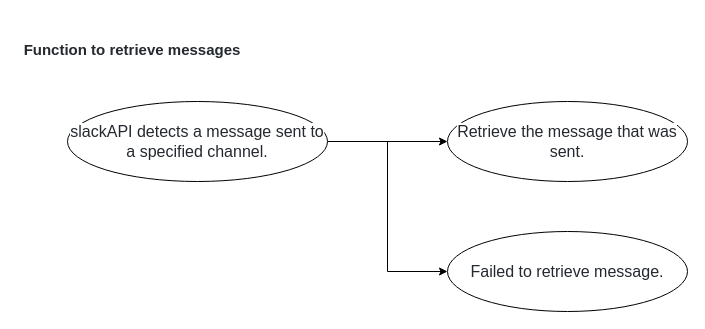
Before: Untitled Diagram.drawio in satokibi44/Tweet_Analyzing, a draw.io diagram. Source tidied: cells renumbered, new cells numbered last; positions are measured from the earlier drawing's top-left corner, leaving out a move shared by most shapes. Both pictures are drawn from the tidied source at 100%, with x=0, y=0 at pixel (17, 31).
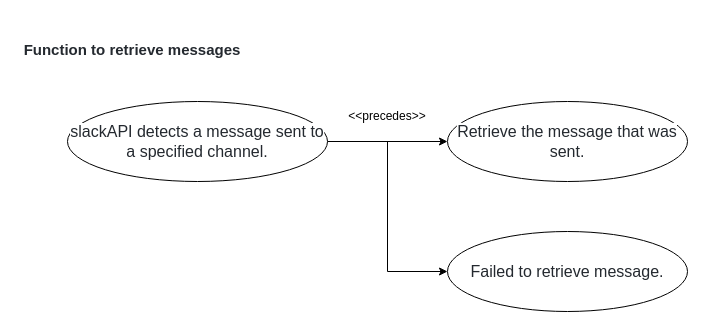
The same diagram, later.

Commit message:
Failed to retrieve message.4

The edit, as a diff of the source:
```diff
@@
 <mxGraphModel>
   <root>
     <mxCell id="0" />
     <mxCell id="1" parent="0" />
     <mxCell id="2" value="&lt;h3 dir=&quot;auto&quot; style=&quot;box-sizing: border-box ; margin-top: 24px ; margin-bottom: 16px ; font-size: 1.25em ; line-height: 1.25 ; color: rgb(36 , 41 , 47) ; font-family: , &amp;#34;blinkmacsystemfont&amp;#34; , &amp;#34;segoe ui&amp;#34; , &amp;#34;helvetica&amp;#34; , &amp;#34;arial&amp;#34; , sans-serif , &amp;#34;apple color emoji&amp;#34; , &amp;#34;segoe ui emoji&amp;#34; ; background-color: rgb(255 , 255 , 255)&quot;&gt;Function to retrieve messages&lt;/h3&gt;" style="text;html=1;strokeColor=none;fillColor=none;align=center;verticalAlign=middle;whiteSpace=wrap;rounded=0;" parent="1" vertex="1">
       <mxGeometry width="230" height="30" as="geometry" />
     </mxCell>
     <mxCell id="3" style="edgeStyle=orthogonalEdgeStyle;rounded=0;jettySize=auto;html=1;entryX=0;entryY=0.5;entryDx=0;entryDy=0;" parent="1" edge="1" source="5" target="7">
       <mxGeometry relative="1" as="geometry" />
     </mxCell>
     <mxCell id="4" style="edgeStyle=orthogonalEdgeStyle;rounded=0;jettySize=auto;html=1;exitX=1;exitY=0.5;exitDx=0;exitDy=0;entryX=0;entryY=0.5;entryDx=0;entryDy=0;" parent="1" edge="1" source="5" target="6">
       <mxGeometry relative="1" as="geometry" />
     </mxCell>
     <mxCell id="5" value="&lt;span style=&quot;color: rgb(36 , 41 , 47) ; font-family: , &amp;#34;blinkmacsystemfont&amp;#34; , &amp;#34;segoe ui&amp;#34; , &amp;#34;helvetica&amp;#34; , &amp;#34;arial&amp;#34; , sans-serif , &amp;#34;apple color emoji&amp;#34; , &amp;#34;segoe ui emoji&amp;#34; ; font-size: 16px ; text-align: left ; background-color: rgb(255 , 255 , 255)&quot;&gt;slackAPI detects a message sent to a specified channel.&lt;/span&gt;" style="ellipse;whiteSpace=wrap;html=1;" parent="1" vertex="1">
       <mxGeometry x="50" y="70" width="260" height="80" as="geometry" />
     </mxCell>
     <mxCell id="6" value="&lt;span style=&quot;color: rgb(36 , 41 , 47) ; font-family: , &amp;#34;blinkmacsystemfont&amp;#34; , &amp;#34;segoe ui&amp;#34; , &amp;#34;helvetica&amp;#34; , &amp;#34;arial&amp;#34; , sans-serif , &amp;#34;apple color emoji&amp;#34; , &amp;#34;segoe ui emoji&amp;#34; ; font-size: 16px ; text-align: left ; background-color: rgb(255 , 255 , 255)&quot;&gt;Failed to retrieve message.&lt;/span&gt;" style="ellipse;whiteSpace=wrap;html=1;" parent="1" vertex="1">
       <mxGeometry x="430" y="200" width="240" height="80" as="geometry" />
     </mxCell>
     <mxCell id="7" value="&lt;span style=&quot;color: rgb(36 , 41 , 47) ; font-family: , &amp;#34;blinkmacsystemfont&amp;#34; , &amp;#34;segoe ui&amp;#34; , &amp;#34;helvetica&amp;#34; , &amp;#34;arial&amp;#34; , sans-serif , &amp;#34;apple color emoji&amp;#34; , &amp;#34;segoe ui emoji&amp;#34; ; font-size: 16px ; text-align: left ; background-color: rgb(255 , 255 , 255)&quot;&gt;Retrieve the message that was sent.&lt;/span&gt;" style="ellipse;whiteSpace=wrap;html=1;" parent="1" vertex="1">
       <mxGeometry x="430" y="70" width="240" height="80" as="geometry" />
     </mxCell>
+    <mxCell id="8" value="&amp;lt;&amp;lt;precedes&amp;gt;&amp;gt;" style="text;html=1;strokeColor=none;fillColor=none;align=center;verticalAlign=middle;whiteSpace=wrap;rounded=0;" parent="1" vertex="1">
+      <mxGeometry x="340" y="70" width="60" height="30" as="geometry" />
+    </mxCell>
   </root>
 </mxGraphModel>
```
